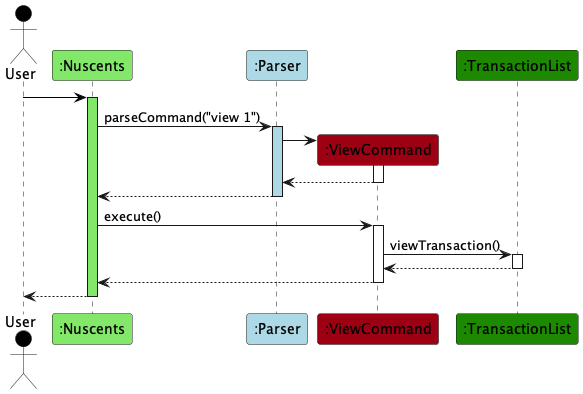
This is docs/images/ViewSequenceDiagram.png from vvhuiling/tp, a PlantUML export, as it was before one commit. Its diagram source:
```plantuml
@startuml
!include Style.puml
skinparam ArrowFontStyle plain

Actor User as user USER_COLOR
Participant ":Nuscents" as nuscents UI_COLOR_T1
Participant ":Parser" as parser PARSER_COLOR
Participant ":ViewCommand" as ViewCommand COMMAND_COLOR
Participant ":TransactionList" as TransactionList UI_COLOR

user -[USER_COLOR]> nuscents
activate nuscents UI_COLOR_T1


nuscents -> parser : parseCommand("view 1")
activate parser PARSER_COLOR

create ViewCommand
parser -> ViewCommand
activate ViewCommand

ViewCommand --> parser
deactivate ViewCommand

parser --> nuscents
deactivate parser

nuscents -> ViewCommand : execute()
activate ViewCommand

ViewCommand -> TransactionList : viewTransaction()
activate TransactionList

TransactionList --> ViewCommand
deactivate TransactionList

ViewCommand --> nuscents
deactivate ViewCommand

nuscents --> user
deactivate nuscents
@enduml
```
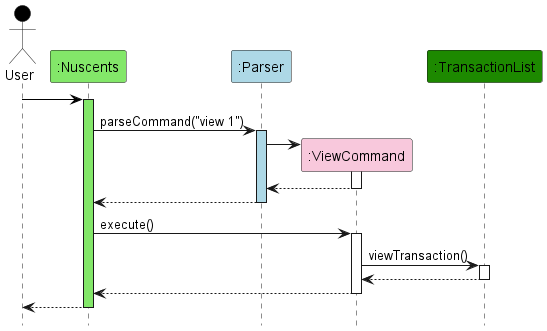
Later version of the same file.

Commit message:
Remove duplication of class names in sequence diagram

The edit, as a diff of the source:
```diff
@@ -1,15 +1,16 @@
 @startuml
+hide footbox
 !include Style.puml
 skinparam ArrowFontStyle plain
 
 Actor User as user USER_COLOR
-Participant ":Nuscents" as nuscents UI_COLOR_T1
+Participant ":Nuscents" as nuscents MAIN_COLOR
 Participant ":Parser" as parser PARSER_COLOR
 Participant ":ViewCommand" as ViewCommand COMMAND_COLOR
 Participant ":TransactionList" as TransactionList UI_COLOR
 
 user -[USER_COLOR]> nuscents
-activate nuscents UI_COLOR_T1
+activate nuscents MAIN_COLOR
 
 
 nuscents -> parser : parseCommand("view 1")
```
